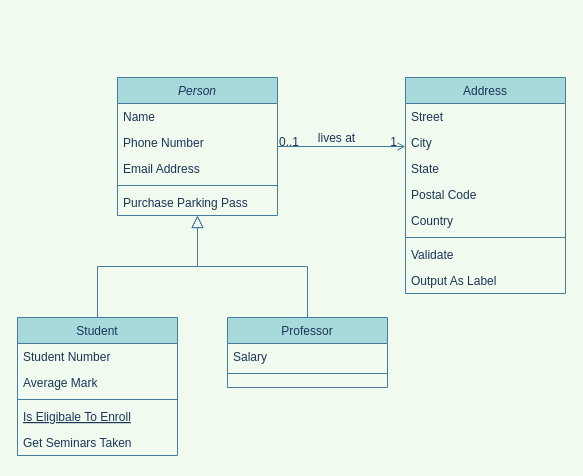
Before: 未命名绘图.drawio in miki-hmt/bos-parent, a draw.io diagram. Source tidied: cells renumbered, new cells numbered last; positions are measured from the earlier drawing's top-left corner, leaving out a move shared by most shapes. Both pictures are drawn from the tidied source at 100%, with x=0, y=0 at pixel (17, 77).
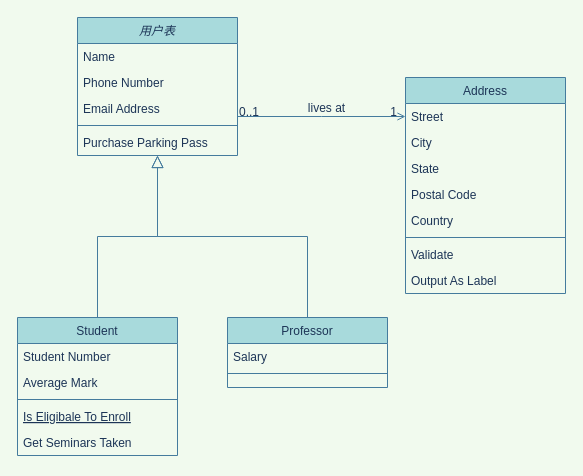
Above is the later version.

Commit message:
更新未命名绘图.drawio

Diff of the diagram source:
```diff
@@
-    <mxCell id="2" value="Person" style="swimlane;fontStyle=2;align=center;verticalAlign=top;horizontal=1;startSize=26;rounded=0;shadow=0;strokeWidth=1;fillColor=#A8DADC;strokeColor=#457B9D;fontColor=#1D3557;" parent="1" vertex="1">
-      <mxGeometry x="100" width="160" height="138" as="geometry" />
+    <mxCell id="2" value="用户表" style="swimlane;fontStyle=2;align=center;verticalAlign=top;horizontal=1;startSize=26;rounded=0;shadow=0;strokeWidth=1;fillColor=#A8DADC;strokeColor=#457B9D;fontColor=#1D3557;" parent="1" vertex="1">
+      <mxGeometry x="60" y="-60" width="160" height="138" as="geometry" />
     </mxCell>
```
